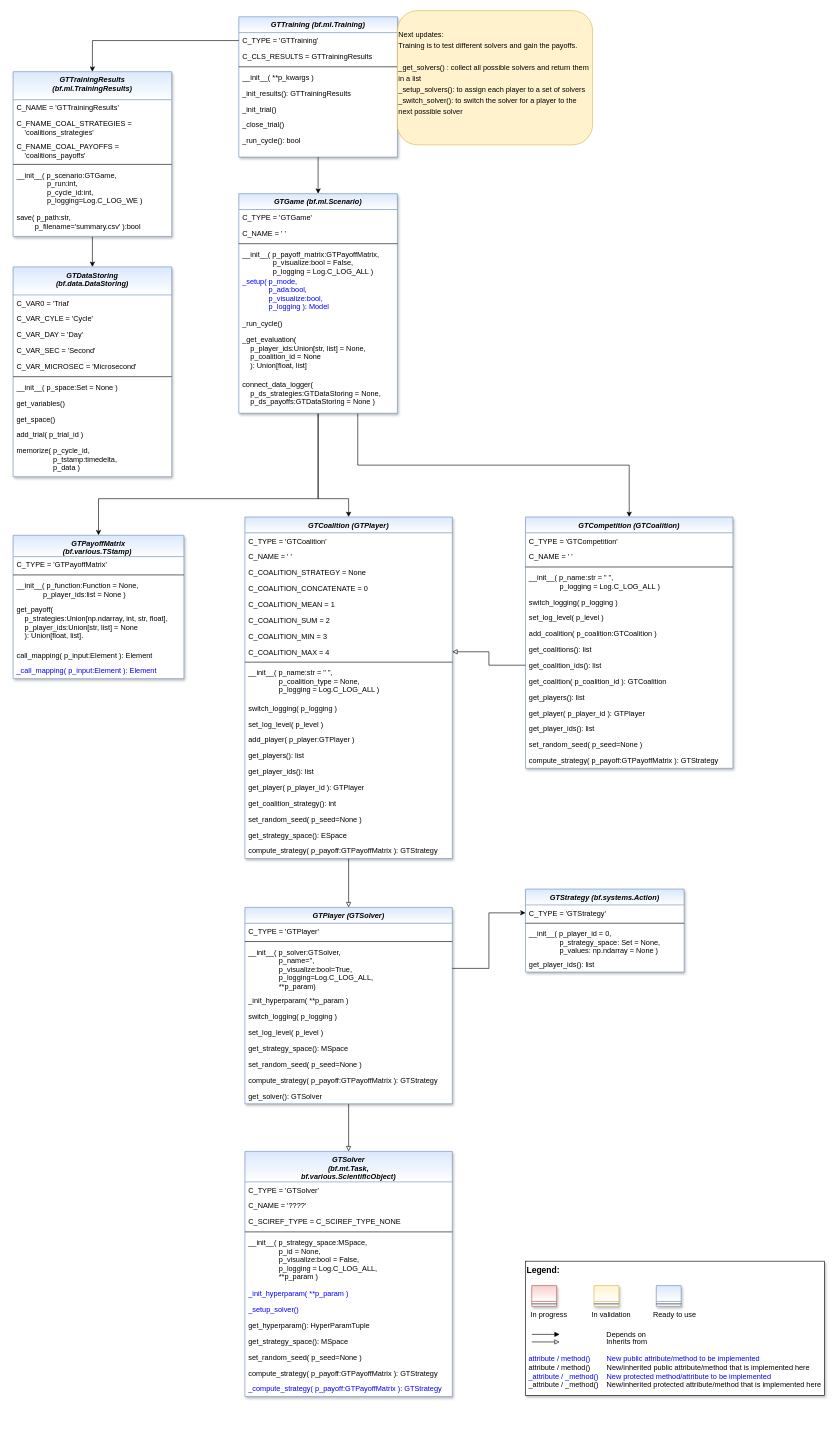
The draw.io diagram doc/rtd/content/04_appendices/appendix2/sub/core/mlpro_gt/images/MLPro-GT-Native_class_diagram.drawio in fhswf/MLPro, before the edit. Source tidied: cells renumbered, new cells numbered last; positions are measured from the earlier drawing's top-left corner, leaving out a move shared by most shapes. Both pictures are drawn from the tidied source at 61%, with x=0, y=0 at pixel (13, 10).
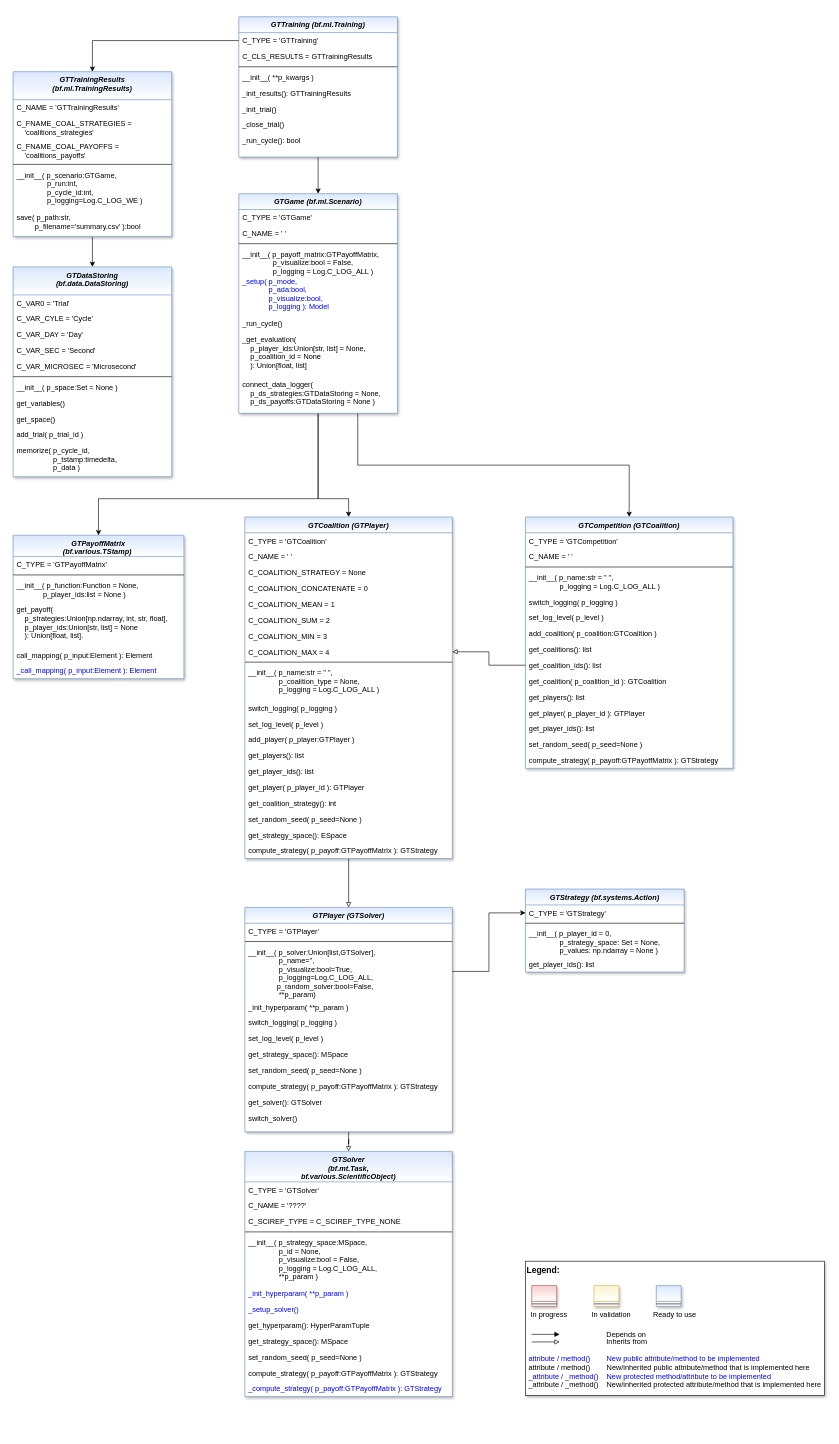
Above is the later version.

Commit message:
Add solver configuration method #756

Change to the diagram source:
```diff
@@
     <mxCell id="25" value="GTPlayer (GTSolver)" style="swimlane;fontStyle=3;align=center;verticalAlign=top;horizontal=1;startSize=26;rounded=0;shadow=1;strokeWidth=1;fillColor=#dae8fc;strokeColor=#6c8ebf;swimlaneFillColor=#ffffff;gradientColor=#FFFFFF;" parent="1" vertex="1">
-      <mxGeometry x="380" y="1470" width="340" height="322" as="geometry" />
+      <mxGeometry x="380" y="1470" width="340" height="368" as="geometry" />
     </mxCell>
@@
-    <mxCell id="28" value="__init__( p_solver:GTSolver,&#10;               p_name='',&#10;               p_visualize:bool=True,&#10;               p_logging=Log.C_LOG_ALL,&#10;               **p_param)" style="text;align=left;verticalAlign=top;spacingLeft=4;spacingRight=4;overflow=hidden;points=[[0,0.5],[1,0.5]];portConstraint=eastwest;fontColor=#000000;strokeColor=none;dashed=1;" parent="25" vertex="1">
-      <mxGeometry y="60" width="340" height="80" as="geometry" />
+    <mxCell id="28" value="__init__( p_solver:Union[list,GTSolver],&#10;               p_name='',&#10;               p_visualize:bool=True,&#10;               p_logging=Log.C_LOG_ALL,&#10;               p_random_solver:bool=False,&#10;               **p_param)" style="text;align=left;verticalAlign=top;spacingLeft=4;spacingRight=4;overflow=hidden;points=[[0,0.5],[1,0.5]];portConstraint=eastwest;fontColor=#000000;strokeColor=none;dashed=1;" parent="25" vertex="1">
+      <mxGeometry y="60" width="340" height="90" as="geometry" />
     </mxCell>
     <mxCell id="29" value="_init_hyperparam( **p_param )" style="text;align=left;verticalAlign=top;spacingLeft=4;spacingRight=4;overflow=hidden;" parent="25" vertex="1">
-      <mxGeometry y="140" width="340" height="26" as="geometry" />
+      <mxGeometry y="150" width="340" height="26" as="geometry" />
     </mxCell>
     <mxCell id="30" value="switch_logging( p_logging )" style="text;align=left;verticalAlign=top;spacingLeft=4;spacingRight=4;overflow=hidden;" parent="25" vertex="1">
-      <mxGeometry y="166" width="340" height="26" as="geometry" />
+      <mxGeometry y="176" width="340" height="26" as="geometry" />
     </mxCell>
     <mxCell id="31" value="set_log_level( p_level )" style="text;align=left;verticalAlign=top;spacingLeft=4;spacingRight=4;overflow=hidden;" parent="25" vertex="1">
-      <mxGeometry y="192" width="340" height="26" as="geometry" />
+      <mxGeometry y="202" width="340" height="26" as="geometry" />
     </mxCell>
     <mxCell id="32" value="get_strategy_space(): MSpace" style="text;align=left;verticalAlign=top;spacingLeft=4;spacingRight=4;overflow=hidden;" parent="25" vertex="1">
-      <mxGeometry y="218" width="340" height="26" as="geometry" />
+      <mxGeometry y="228" width="340" height="26" as="geometry" />
     </mxCell>
     <mxCell id="33" value="set_random_seed( p_seed=None )" style="text;align=left;verticalAlign=top;spacingLeft=4;spacingRight=4;overflow=hidden;" parent="25" vertex="1">
-      <mxGeometry y="244" width="340" height="26" as="geometry" />
+      <mxGeometry y="254" width="340" height="26" as="geometry" />
     </mxCell>
     <mxCell id="34" value="compute_strategy( p_payoff:GTPayoffMatrix ): GTStrategy" style="text;align=left;verticalAlign=top;spacingLeft=4;spacingRight=4;overflow=hidden;" parent="25" vertex="1">
-      <mxGeometry y="270" width="340" height="26" as="geometry" />
+      <mxGeometry y="280" width="340" height="26" as="geometry" />
     </mxCell>
+    <mxCell id="133" value="get_solver(): GTSolver" style="text;align=left;verticalAlign=top;spacingLeft=4;spacingRight=4;overflow=hidden;" parent="25" vertex="1">
+      <mxGeometry y="306" width="340" height="26" as="geometry" />
+    </mxCell>
-    <mxCell id="35" value="get_solver(): GTSolver" style="text;align=left;verticalAlign=top;spacingLeft=4;spacingRight=4;overflow=hidden;" parent="25" vertex="1">
-      <mxGeometry y="296" width="340" height="26" as="geometry" />
+    <mxCell id="35" value="switch_solver()" style="text;align=left;verticalAlign=top;spacingLeft=4;spacingRight=4;overflow=hidden;" parent="25" vertex="1">
+      <mxGeometry y="332" width="340" height="26" as="geometry" />
     </mxCell>
@@
-    <mxCell id="94" value="&lt;font style=&quot;font-size: 12px&quot;&gt;Next updates:&lt;br&gt;Training is to test different solvers and gain the payoffs.&lt;br&gt;&lt;br&gt;_get_solvers() : collect all possible solvers and return them in a list&lt;br&gt;_setup_solvers(): to assign each player to a set of solvers&lt;br&gt;_switch_solver(): to switch the solver for a player to the next possible solver&amp;nbsp;&lt;br&gt;&lt;br&gt;&lt;/font&gt;" style="rounded=1;whiteSpace=wrap;html=1;fontSize=15;fillColor=#fff2cc;strokeColor=#d6b656;align=left;" parent="1" vertex="1">
-      <mxGeometry x="630" width="320" height="220" as="geometry" />
-    </mxCell>
```
